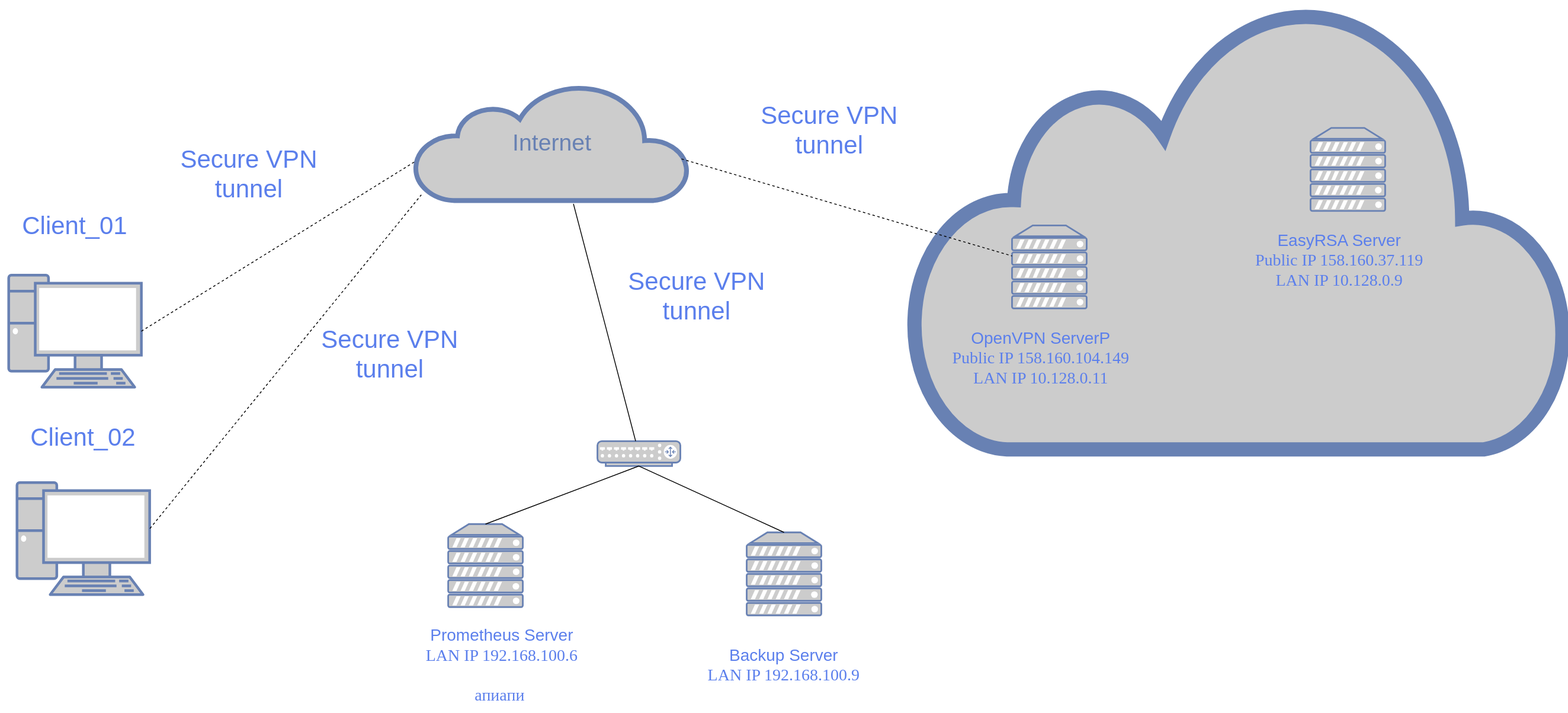
This is Схема инфраструктуры.drawio.svg from IliaKoshkin/SkillBoxFinalWork, a draw.io export, as it was before one commit. Source tidied: cells renumbered, new cells last; positions are measured from the earlier drawing's top-left corner, leaving out a move shared by most shapes.
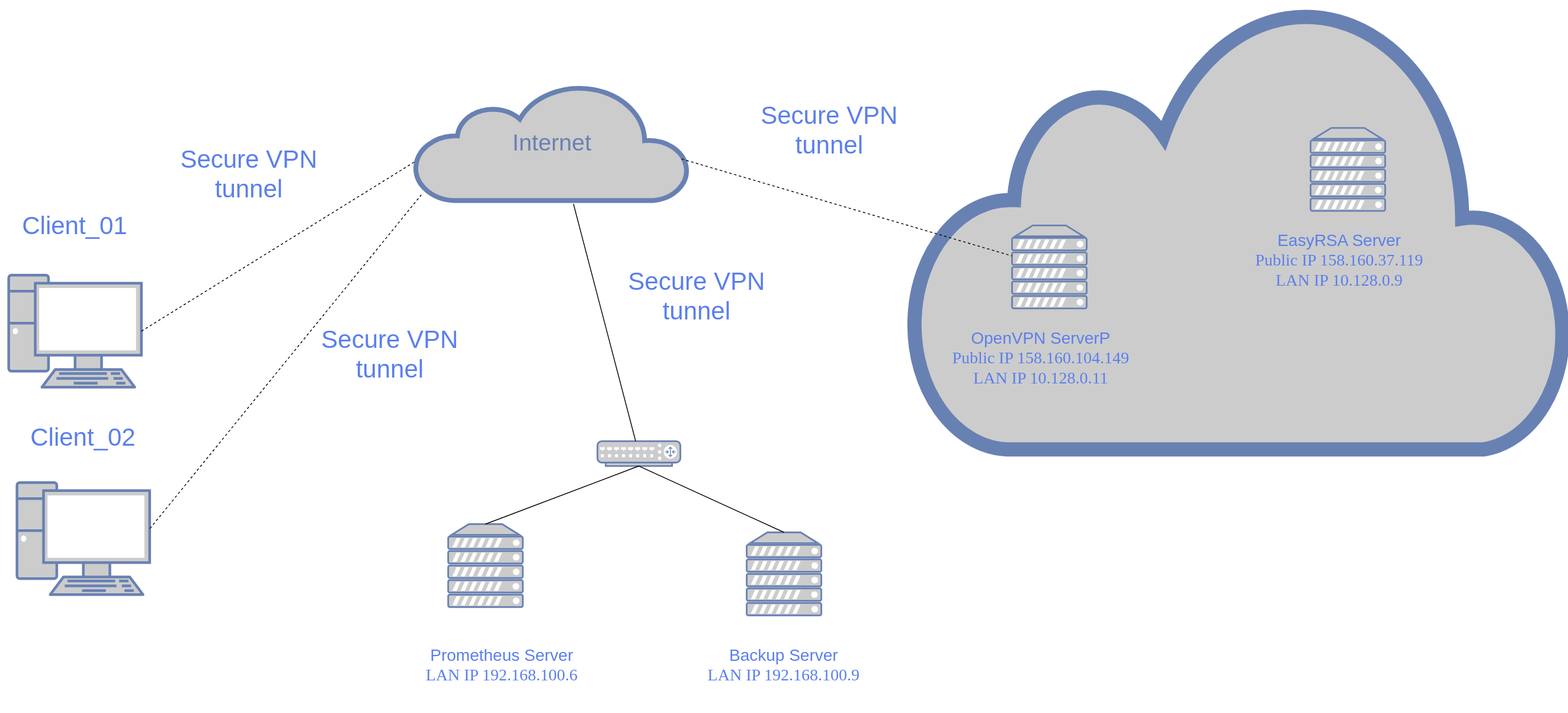
Above is the later version.

What changed in the source:
```diff
@@ -41,7 +41,7 @@
     <mxCell id="14" style="fontColor=#0066CC;verticalAlign=top;verticalLabelPosition=bottom;labelPosition=center;align=center;html=1;outlineConnect=0;fillColor=#CCCCCC;strokeColor=#6881B3;gradientColor=none;gradientDirection=north;strokeWidth=2;shape=mxgraph.networks.server;" parent="1" vertex="1">
       <mxGeometry x="540" y="630" width="90" height="100" as="geometry" />
     </mxCell>
-    <mxCell id="15" value="&lt;font style=&quot;font-size: 20px;&quot;&gt;Prometheus Server&lt;br style=&quot;border-color: var(--border-color); font-family: Verdana;&quot;&gt;&lt;span style=&quot;font-family: Verdana;&quot;&gt;LAN IP 192.168.100.6&lt;br&gt;&lt;br&gt;апиапи&amp;nbsp;&lt;/span&gt;&lt;/font&gt;" style="text;strokeColor=none;align=center;fillColor=none;html=1;verticalAlign=middle;whiteSpace=wrap;rounded=0;fontColor=#5B7FEC;" parent="1" vertex="1">
+    <mxCell id="15" value="&lt;font style=&quot;font-size: 20px;&quot;&gt;Prometheus Server&lt;br style=&quot;border-color: var(--border-color); font-family: Verdana;&quot;&gt;&lt;span style=&quot;font-family: Verdana;&quot;&gt;LAN IP 192.168.100.6&lt;br&gt;&lt;/span&gt;&lt;/font&gt;" style="text;strokeColor=none;align=center;fillColor=none;html=1;verticalAlign=middle;whiteSpace=wrap;rounded=0;fontColor=#5B7FEC;" parent="1" vertex="1">
       <mxGeometry x="380" y="740" width="450" height="117.5" as="geometry" />
     </mxCell>
     <mxCell id="16" style="fontColor=#0066CC;verticalAlign=top;verticalLabelPosition=bottom;labelPosition=center;align=center;html=1;outlineConnect=0;fillColor=#CCCCCC;strokeColor=#6881B3;gradientColor=none;gradientDirection=north;strokeWidth=2;shape=mxgraph.networks.server;" parent="1" vertex="1">
```
